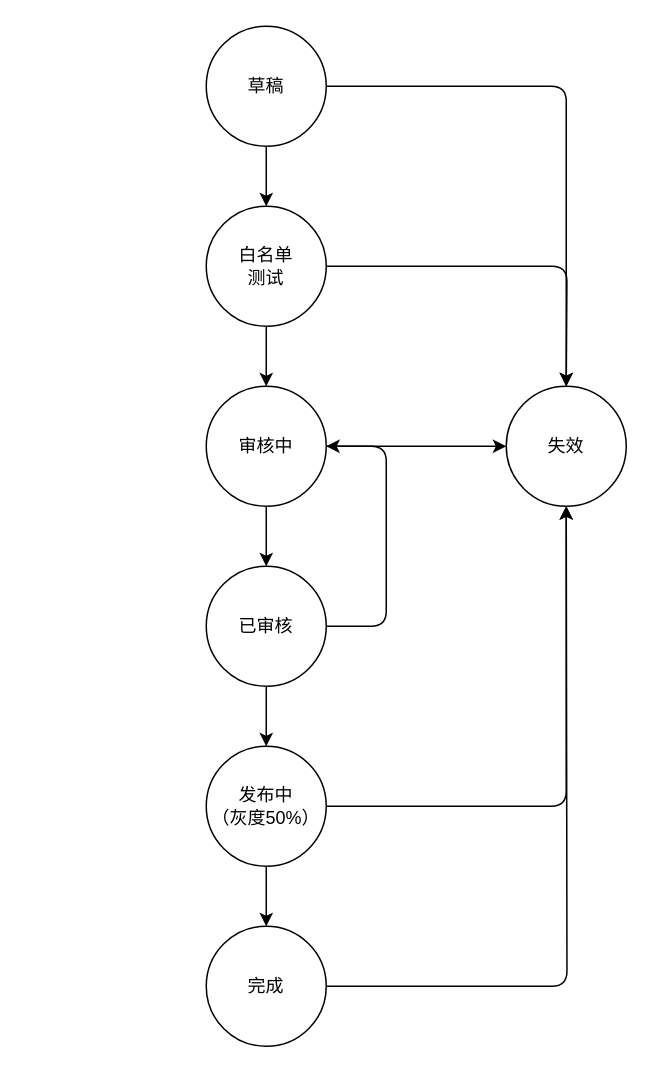
This is Untitled Diagram.drawio from Wang-Jun-Chao/diagrams, a draw.io file, before an edit. Source tidied: cells renumbered, new cells numbered last; positions are measured from the earlier drawing's top-left corner, leaving out a move shared by most shapes. Both pictures are drawn from the tidied source at 150%, with x=0, y=0 at pixel (206, 26).
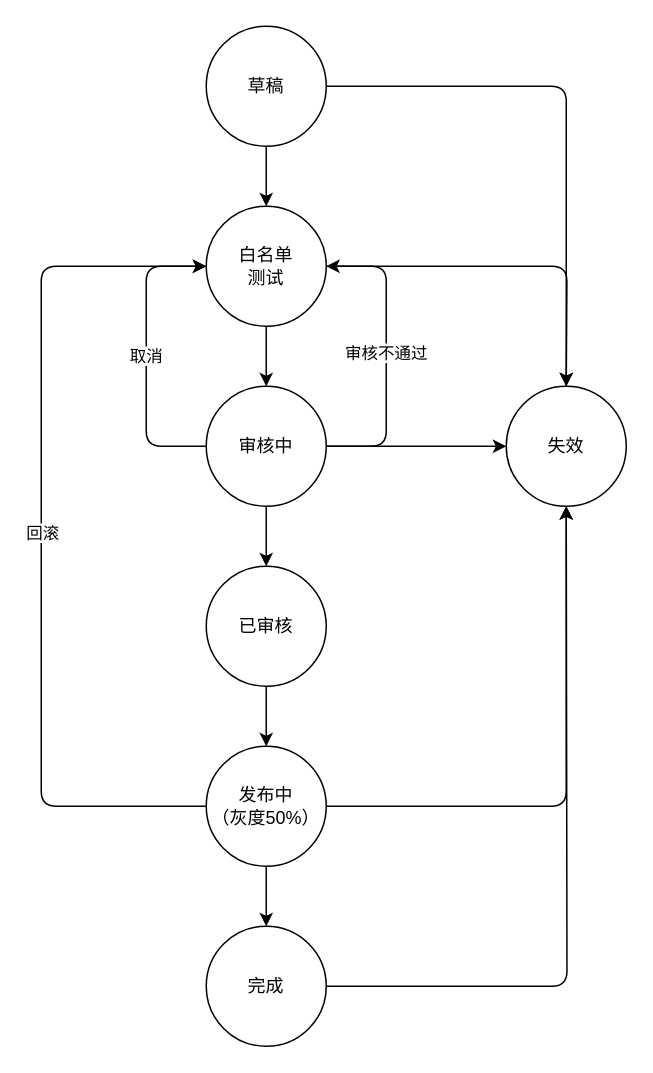
Above is the later version.

Unchanged cells that the change refers to:
```xml
<mxCell id="5" value="白名单&lt;br&gt;测试" style="ellipse;whiteSpace=wrap;html=1;" parent="1" vertex="1">
  <mxGeometry y="120" width="80" height="80" as="geometry" />
</mxCell>
<mxCell id="7" value="审核中" style="ellipse;whiteSpace=wrap;html=1;" parent="1" vertex="1">
  <mxGeometry y="240" width="80" height="80" as="geometry" />
</mxCell>
<mxCell id="9" value="已审核" style="ellipse;whiteSpace=wrap;html=1;" parent="1" vertex="1">
  <mxGeometry y="360" width="80" height="80" as="geometry" />
</mxCell>
<mxCell id="11" value="发布中&lt;br&gt;（灰度50%）" style="ellipse;whiteSpace=wrap;html=1;" parent="1" vertex="1">
  <mxGeometry y="480" width="80" height="80" as="geometry" />
</mxCell>
```

The edit, as a diff of the source:
```diff
@@
-    <mxCell id="16" style="endArrow=classic;html=1;exitX=1;exitY=0.5;exitDx=0;exitDy=0;entryX=1;entryY=0.5;entryDx=0;entryDy=0;edgeStyle=orthogonalEdgeStyle;" parent="1" edge="1" source="9" target="7">
+    <mxCell id="16" style="endArrow=classic;html=1;exitX=1;exitY=0.5;exitDx=0;exitDy=0;entryX=1;entryY=0.5;entryDx=0;entryDy=0;edgeStyle=orthogonalEdgeStyle;" parent="1" edge="1" source="7" target="5">
       <mxGeometry relative="1" as="geometry">
         <Array as="points">
-          <mxPoint x="120" y="400" />
           <mxPoint x="120" y="280" />
+          <mxPoint x="120" y="160" />
         </Array>
       </mxGeometry>
     </mxCell>
+    <mxCell id="20" value="审核不通过" style="edgeLabel;html=1;align=center;verticalAlign=middle;" parent="16" vertex="1">
+      <mxGeometry x="0.03" y="1" relative="1" as="geometry" />
+    </mxCell>
@@
+    <mxCell id="21" value="取消" style="endArrow=classic;html=1;entryX=0;entryY=0.5;entryDx=0;entryDy=0;exitX=0;exitY=0.5;exitDx=0;exitDy=0;edgeStyle=orthogonalEdgeStyle;" parent="1" edge="1" source="7" target="5">
+      <mxGeometry relative="1" as="geometry">
+        <Array as="points">
+          <mxPoint x="-40" y="280" />
+          <mxPoint x="-40" y="160" />
+        </Array>
+      </mxGeometry>
+    </mxCell>
+    <mxCell id="22" style="endArrow=classic;html=1;edgeStyle=orthogonalEdgeStyle;exitX=0;exitY=0.5;exitDx=0;exitDy=0;entryX=0;entryY=0.5;entryDx=0;entryDy=0;" parent="1" edge="1" source="11" target="5">
+      <mxGeometry relative="1" as="geometry">
+        <Array as="points">
+          <mxPoint x="-110" y="520" />
+          <mxPoint x="-110" y="160" />
+        </Array>
+      </mxGeometry>
+    </mxCell>
+    <mxCell id="23" value="回滚" style="edgeLabel;html=1;align=center;verticalAlign=middle;" parent="22" vertex="1">
+      <mxGeometry x="0.01" relative="1" as="geometry" />
+    </mxCell>
```
